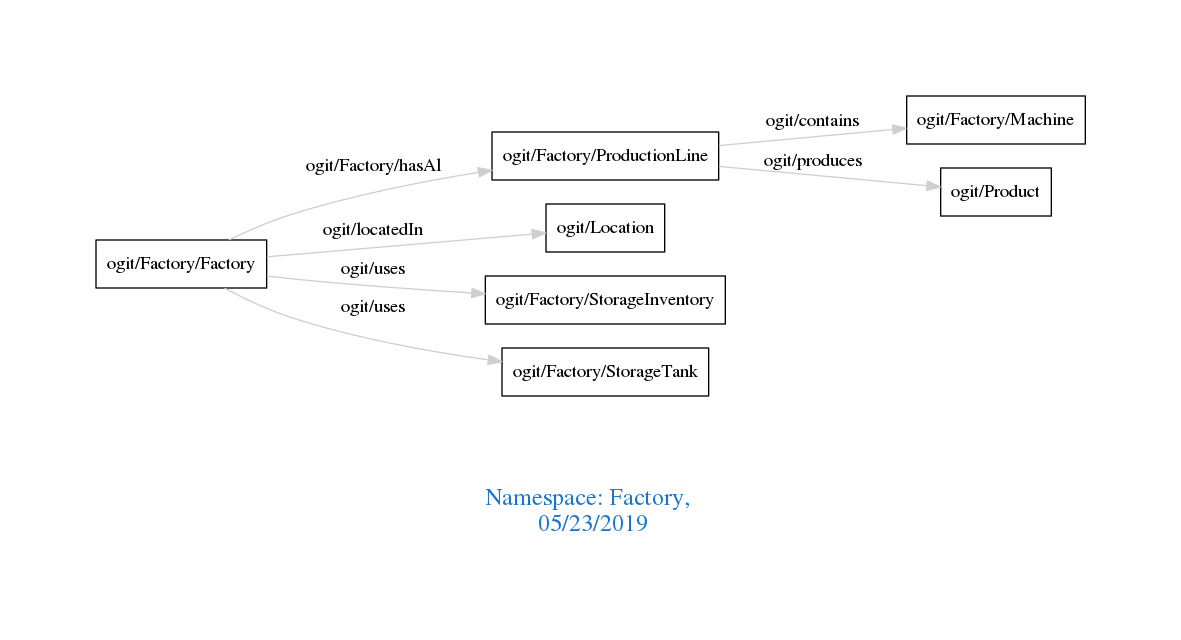
The Graphviz diagram downloads/Factory.png in arago/OGIT, before a commit. Its source is kept beside it as downloads/Factory.dot.
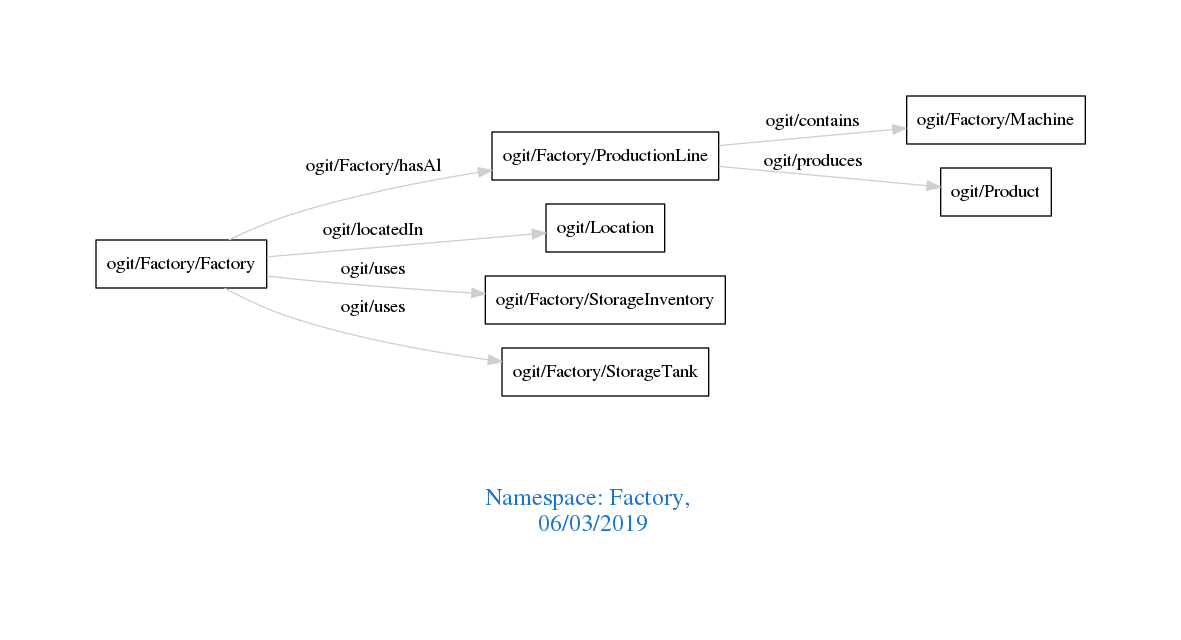
After the change.

Diff of the diagram source:
```diff
@@ -1,7 +1,7 @@
 digraph OGIT_ontology {
  graph [ rankdir= LR,pad=1
 fontsize = 18,
-fontcolor= dodgerblue3,label = "\n\n\nNamespace: Factory, \n 05/23/2019"];
+fontcolor= dodgerblue3,label = "\n\n\nNamespace: Factory, \n 06/03/2019"];
 node[shape=polygon];
 edge [  color="gray81"];
 
```
